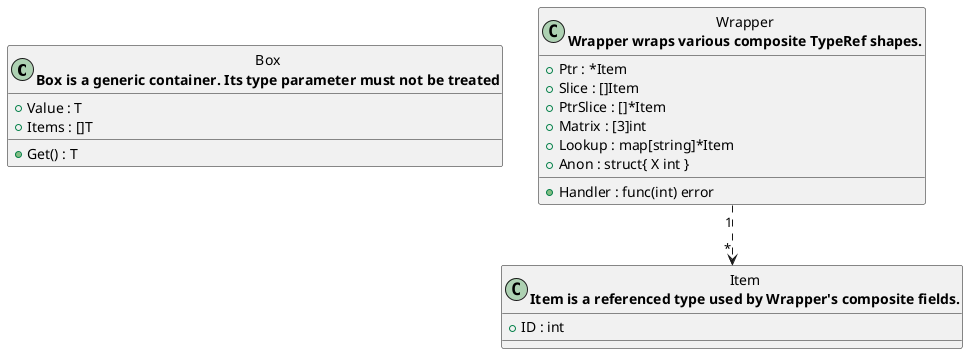
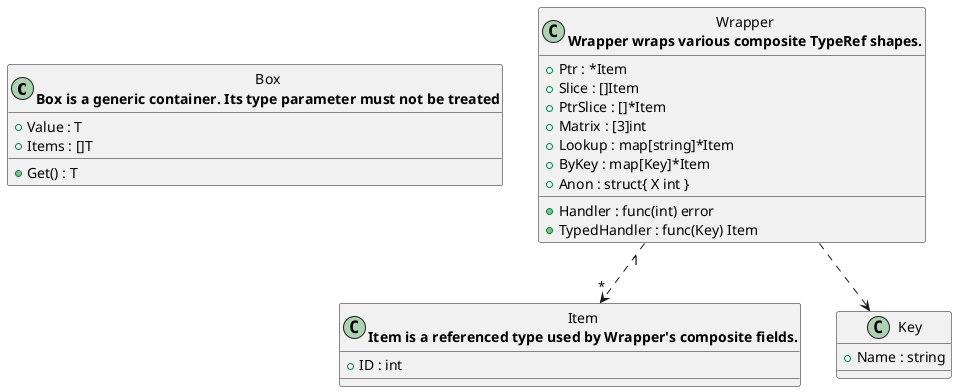
@startuml class-diagram
    class "Box\n<b>Box is a generic container. Its type parameter must not be treated</b>" as Box {
        +Value : T
        +Items : []T
        +Get() : T
    }
    class "Item\n<b>Item is a referenced type used by Wrapper's composite fields.</b>" as Item {
        +ID : int
    }
+     class "Key" as Key {
+         +Name : string
+     }
    class "Wrapper\n<b>Wrapper wraps various composite TypeRef shapes.</b>" as Wrapper {
        +Ptr : *Item
        +Slice : []Item
        +PtrSlice : []*Item
        +Matrix : [3]int
        +Lookup : map[string]*Item
+         +ByKey : map[Key]*Item
        +Anon : struct{ X int }
        +Handler : func(int) error
+         +TypedHandler : func(Key) Item
    }
    Wrapper "1" ..> "*" Item
+     Wrapper ..> Key
@enduml
